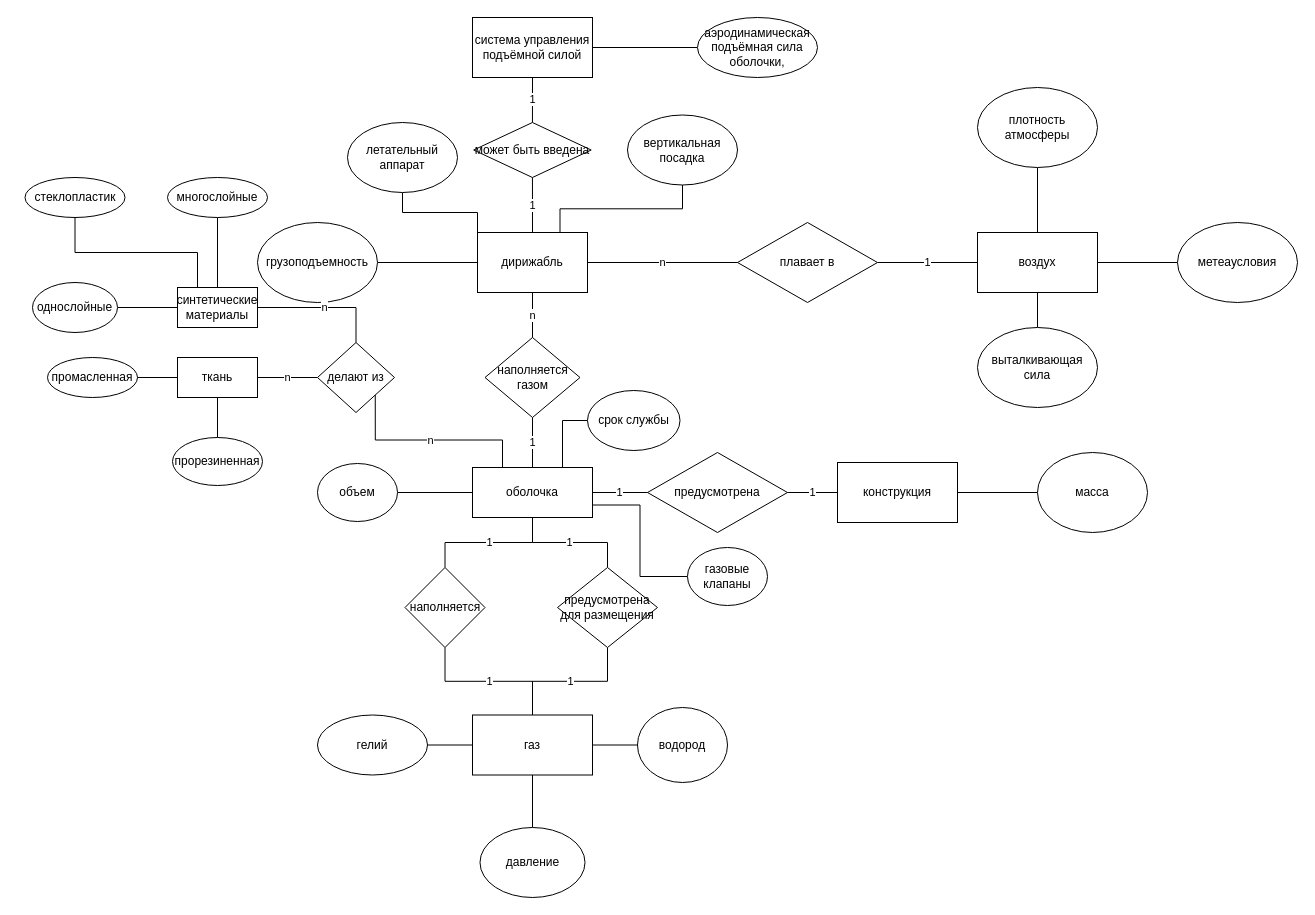
Above: Untitled Diagram.drawio in KozlovKA/PPvIS5sem (draw.io), before the change. Source tidied: cells renumbered, new cells numbered last; positions are measured from the earlier drawing's top-left corner, leaving out a move shared by most shapes. Both pictures are drawn from the tidied source at 100%, with x=0, y=0 at pixel (25, 17).
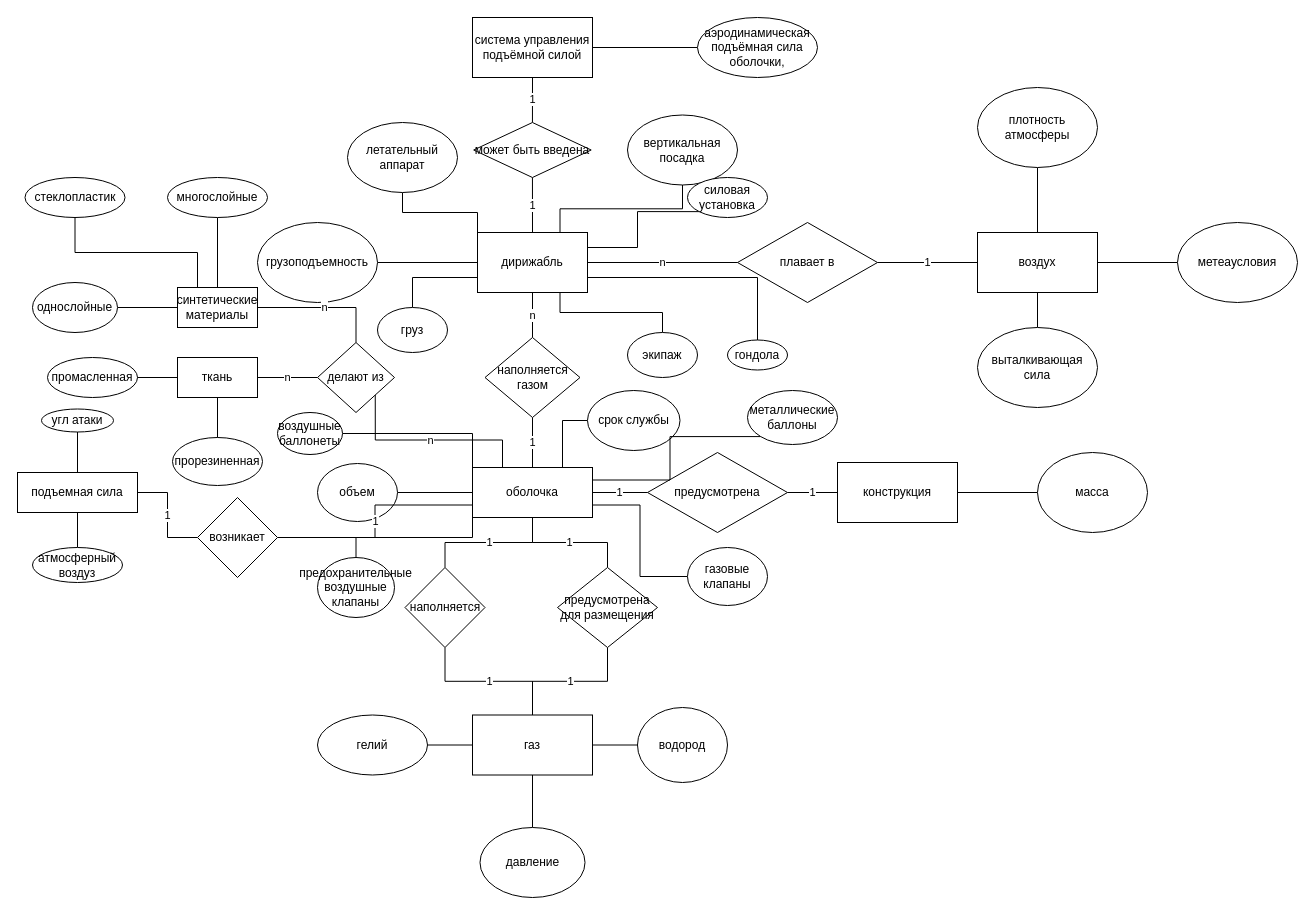
The same page after the edit.

The change refers to these unchanged cells:
```xml
<mxCell id="9" value="дирижабль" style="rounded=0;whiteSpace=wrap;html=1;" parent="1" vertex="1">
  <mxGeometry x="452" y="215" width="110" height="60" as="geometry" />
</mxCell>
<mxCell id="16" value="оболочка" style="rounded=0;whiteSpace=wrap;html=1;" parent="1" vertex="1">
  <mxGeometry x="447" y="450" width="120" height="50" as="geometry" />
</mxCell>
```

What changed in the source:
```diff
@@
+    <mxCell id="70" style="edgeStyle=orthogonalEdgeStyle;rounded=0;jettySize=auto;html=1;exitX=0;exitY=1;exitDx=0;exitDy=0;entryX=0.5;entryY=0;entryDx=0;entryDy=0;endArrow=none;endFill=0;" parent="1" edge="1" source="16" target="71">
+      <mxGeometry relative="1" as="geometry" />
+    </mxCell>
@@
+    <mxCell id="71" value="предохранительные воздушные клапаны" style="ellipse;whiteSpace=wrap;html=1;" parent="1" vertex="1">
+      <mxGeometry x="292" y="540" width="77" height="60" as="geometry" />
+    </mxCell>
+    <mxCell id="72" value="1" style="edgeStyle=orthogonalEdgeStyle;rounded=0;jettySize=auto;html=1;endArrow=none;endFill=0;" parent="1" edge="1" source="73" target="75">
+      <mxGeometry relative="1" as="geometry" />
+    </mxCell>
+    <mxCell id="73" value="подъемная сила" style="rounded=0;whiteSpace=wrap;html=1;" parent="1" vertex="1">
+      <mxGeometry x="-8" y="455" width="120" height="40" as="geometry" />
+    </mxCell>
+    <mxCell id="74" value="1" style="edgeStyle=orthogonalEdgeStyle;rounded=0;jettySize=auto;html=1;exitX=1;exitY=0.5;exitDx=0;exitDy=0;entryX=0;entryY=0.75;entryDx=0;entryDy=0;endArrow=none;endFill=0;" parent="1" edge="1" source="75" target="16">
+      <mxGeometry relative="1" as="geometry" />
+    </mxCell>
+    <mxCell id="75" value="возникает" style="rhombus;whiteSpace=wrap;html=1;" parent="1" vertex="1">
+      <mxGeometry x="172" y="480" width="80" height="80" as="geometry" />
+    </mxCell>
+    <mxCell id="76" style="edgeStyle=orthogonalEdgeStyle;rounded=0;jettySize=auto;html=1;exitX=0.5;exitY=1;exitDx=0;exitDy=0;entryX=0.5;entryY=0;entryDx=0;entryDy=0;endArrow=none;endFill=0;" parent="1" edge="1" source="77" target="73">
+      <mxGeometry relative="1" as="geometry" />
+    </mxCell>
+    <mxCell id="77" value="угл атаки" style="ellipse;whiteSpace=wrap;html=1;" parent="1" vertex="1">
+      <mxGeometry x="16" y="391.5" width="72" height="23" as="geometry" />
+    </mxCell>
+    <mxCell id="78" style="edgeStyle=orthogonalEdgeStyle;rounded=0;jettySize=auto;html=1;exitX=0.5;exitY=0;exitDx=0;exitDy=0;entryX=0.5;entryY=1;entryDx=0;entryDy=0;endArrow=none;endFill=0;" parent="1" edge="1" source="79" target="73">
+      <mxGeometry relative="1" as="geometry" />
+    </mxCell>
+    <mxCell id="79" value="атмосферный воздуз" style="ellipse;whiteSpace=wrap;html=1;" parent="1" vertex="1">
+      <mxGeometry x="7" y="530" width="90" height="35" as="geometry" />
+    </mxCell>
+    <mxCell id="80" style="edgeStyle=orthogonalEdgeStyle;rounded=0;jettySize=auto;html=1;exitX=1;exitY=0.5;exitDx=0;exitDy=0;entryX=0;entryY=0;entryDx=0;entryDy=0;endArrow=none;endFill=0;" parent="1" edge="1" source="81" target="16">
+      <mxGeometry relative="1" as="geometry" />
+    </mxCell>
+    <mxCell id="81" value="воздушные баллонеты" style="ellipse;whiteSpace=wrap;html=1;" parent="1" vertex="1">
+      <mxGeometry x="252" y="395" width="65" height="42" as="geometry" />
+    </mxCell>
+    <mxCell id="82" style="edgeStyle=orthogonalEdgeStyle;rounded=0;jettySize=auto;html=1;exitX=0;exitY=1;exitDx=0;exitDy=0;entryX=1;entryY=0.25;entryDx=0;entryDy=0;endArrow=none;endFill=0;" parent="1" edge="1" source="83" target="16">
+      <mxGeometry relative="1" as="geometry" />
+    </mxCell>
+    <mxCell id="83" value="металлические баллоны" style="ellipse;whiteSpace=wrap;html=1;" parent="1" vertex="1">
+      <mxGeometry x="722" y="373" width="90" height="54" as="geometry" />
+    </mxCell>
+    <mxCell id="84" style="edgeStyle=orthogonalEdgeStyle;rounded=0;jettySize=auto;html=1;exitX=0.5;exitY=0;exitDx=0;exitDy=0;entryX=0.75;entryY=1;entryDx=0;entryDy=0;endArrow=none;endFill=0;" parent="1" edge="1" source="85" target="9">
+      <mxGeometry relative="1" as="geometry" />
+    </mxCell>
+    <mxCell id="85" value="экипаж" style="ellipse;whiteSpace=wrap;html=1;" parent="1" vertex="1">
+      <mxGeometry x="602" y="315" width="70" height="45" as="geometry" />
+    </mxCell>
+    <mxCell id="86" style="edgeStyle=orthogonalEdgeStyle;rounded=0;jettySize=auto;html=1;exitX=0.5;exitY=0;exitDx=0;exitDy=0;entryX=1;entryY=0.75;entryDx=0;entryDy=0;endArrow=none;endFill=0;" parent="1" edge="1" source="87" target="9">
+      <mxGeometry relative="1" as="geometry" />
+    </mxCell>
+    <mxCell id="87" value="гондола" style="ellipse;whiteSpace=wrap;html=1;" parent="1" vertex="1">
+      <mxGeometry x="702" y="322.5" width="60" height="30" as="geometry" />
+    </mxCell>
+    <mxCell id="88" style="edgeStyle=orthogonalEdgeStyle;rounded=0;jettySize=auto;html=1;exitX=0.5;exitY=0;exitDx=0;exitDy=0;entryX=0;entryY=0.75;entryDx=0;entryDy=0;endArrow=none;endFill=0;" parent="1" edge="1" source="89" target="9">
+      <mxGeometry relative="1" as="geometry" />
+    </mxCell>
+    <mxCell id="89" value="груз" style="ellipse;whiteSpace=wrap;html=1;" parent="1" vertex="1">
+      <mxGeometry x="352" y="290" width="70" height="45" as="geometry" />
+    </mxCell>
+    <mxCell id="90" style="edgeStyle=orthogonalEdgeStyle;rounded=0;jettySize=auto;html=1;exitX=0;exitY=1;exitDx=0;exitDy=0;entryX=1;entryY=0.25;entryDx=0;entryDy=0;endArrow=none;endFill=0;" parent="1" edge="1" source="91" target="9">
+      <mxGeometry relative="1" as="geometry" />
+    </mxCell>
+    <mxCell id="91" value="силовая установка" style="ellipse;whiteSpace=wrap;html=1;" parent="1" vertex="1">
+      <mxGeometry x="662" y="160" width="80" height="40" as="geometry" />
+    </mxCell>
```
